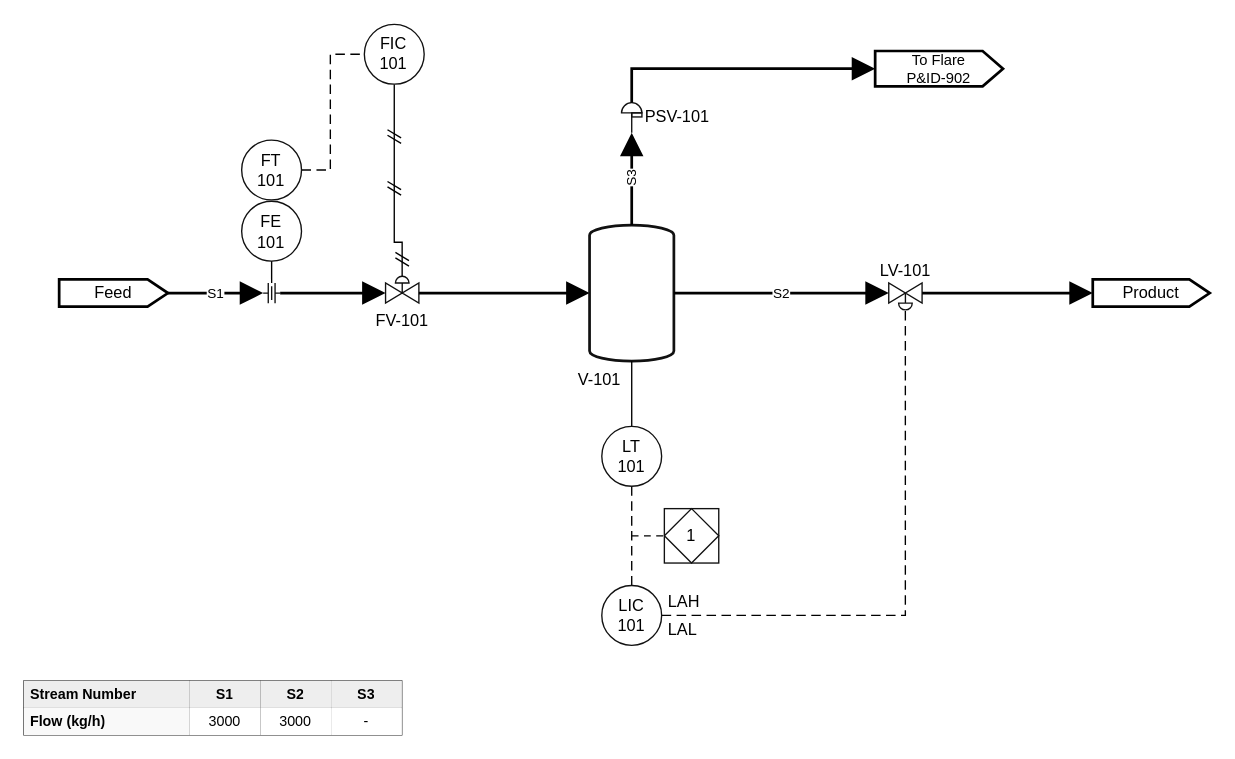
This is drawio-samples/04_control_loop.drawio from Alpha9463/pandid, a draw.io file, before an edit. Source tidied: cells renumbered, new cells numbered last; positions are measured from the earlier drawing's top-left corner, leaving out a move shared by most shapes. Both pictures are drawn from the tidied source at 136%, with x=0, y=0 at pixel (23, 23).
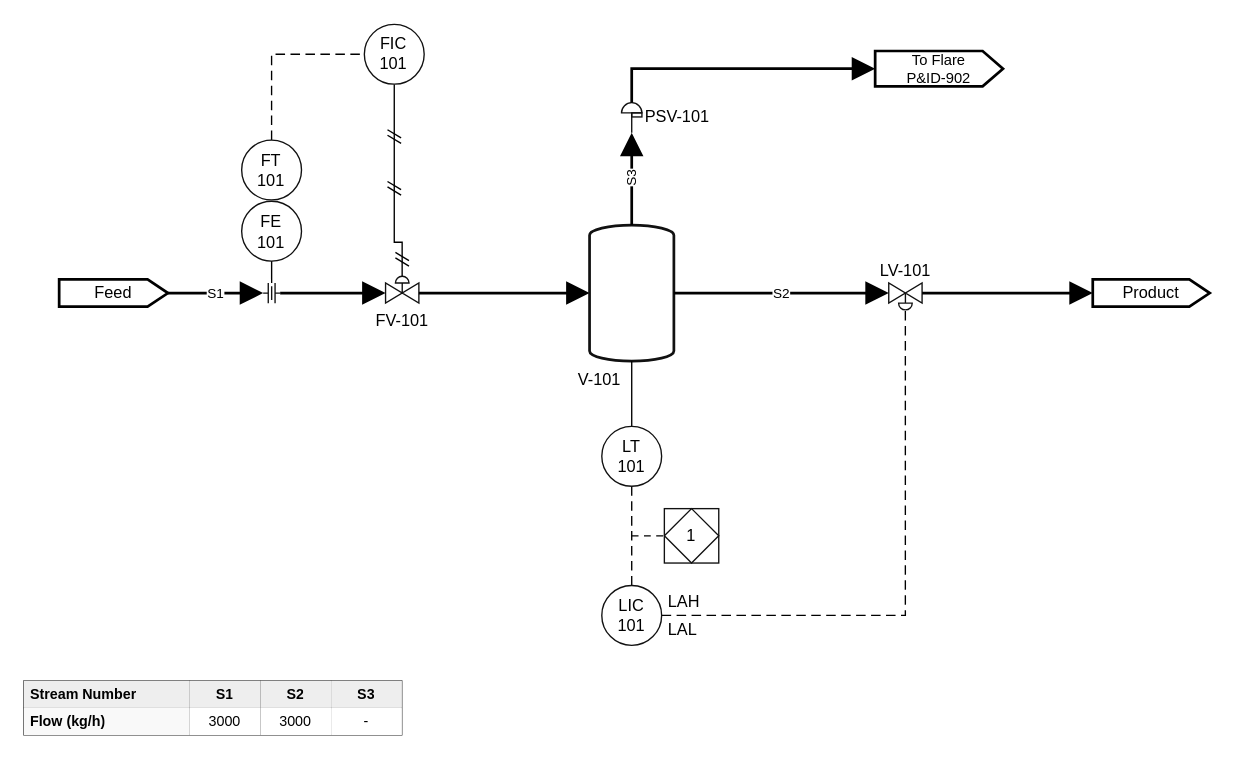
After the change.

The change refers to these unchanged cells:
```xml
<mxCell id="42" value="FT&lt;br&gt;101" style="html=1;shape=ellipse;rounded=0;whiteSpace=wrap;strokeColor=#111;fillColor=#ffffff;strokeWidth=1;verticalLabelPosition=middle;verticalAlign=middle;align=center;fontSize=12;" parent="1" vertex="1">
  <mxGeometry x="160.2" y="85.5" width="44" height="44" as="geometry" />
</mxCell>
<mxCell id="43" value="FIC&lt;br&gt;101" style="html=1;shape=ellipse;rounded=0;whiteSpace=wrap;strokeColor=#111;fillColor=#ffffff;strokeWidth=1;verticalLabelPosition=middle;verticalAlign=middle;align=center;fontSize=12;" parent="1" vertex="1">
  <mxGeometry x="250.4" y="0.4" width="44" height="44" as="geometry" />
</mxCell>
```

What changed in the source:
```diff
@@
-    <mxCell id="28" style="html=1;edgeStyle=none;rounded=0;jettySize=auto;exitX=1;exitY=0.5;exitDx=0;exitDy=0;exitPerimeter=0;entryX=0;entryY=0.5;entryDx=0;entryDy=0;entryPerimeter=0;strokeColor=#000000;strokeWidth=1;dashed=1;dashPattern=7 4;fixDash=1;endArrow=none;startArrow=none;" parent="1" edge="1" source="42" target="43">
+    <mxCell id="28" style="html=1;edgeStyle=none;rounded=0;jettySize=auto;exitX=0.5;exitY=0;exitDx=0;exitDy=0;exitPerimeter=0;entryX=0;entryY=0.5;entryDx=0;entryDy=0;entryPerimeter=0;strokeColor=#000000;strokeWidth=1;dashed=1;dashPattern=7 4;fixDash=1;endArrow=none;startArrow=none;" parent="1" edge="1" source="42" target="43">
       <mxGeometry relative="1" as="geometry">
         <Array as="points">
-          <mxPoint x="225.4" y="107.5" />
-          <mxPoint x="225.4" y="22.4" />
+          <mxPoint x="182.2" y="22.4" />
         </Array>
       </mxGeometry>
     </mxCell>
```
